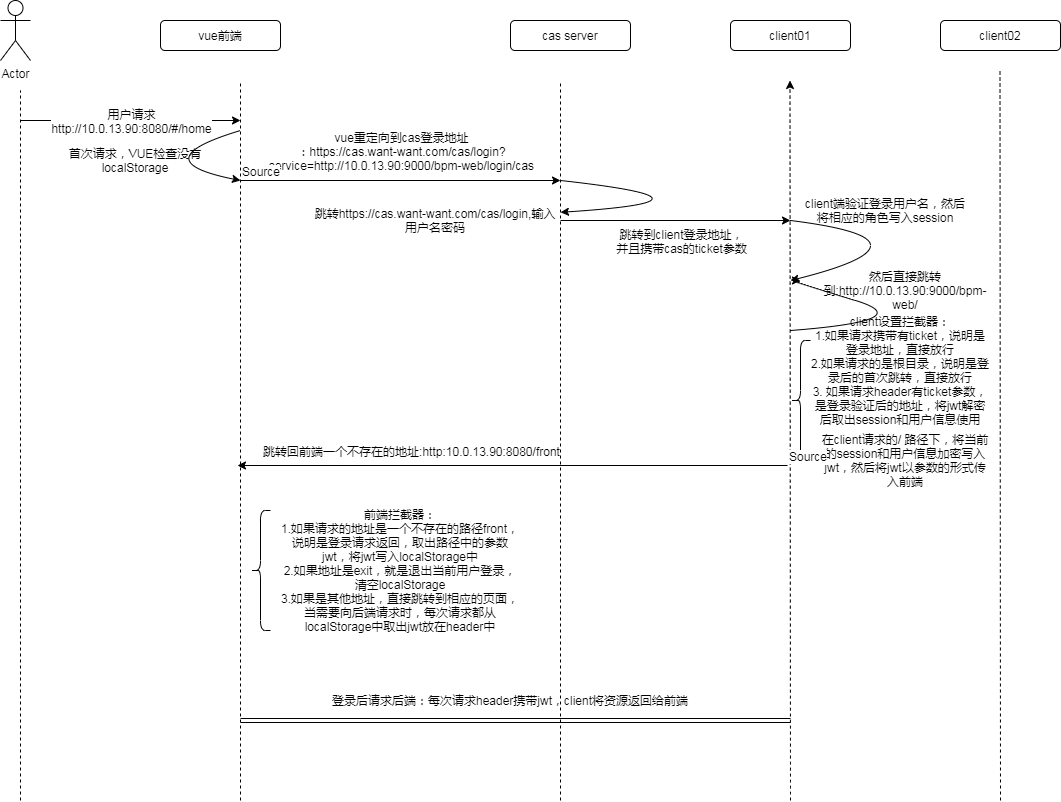
Above: BPM CAS流程图.png in daofuzhang/demo (draw.io), before the change. Source tidied: cells renumbered, new cells last; positions are measured from the earlier drawing's top-left corner, leaving out a move shared by most shapes.
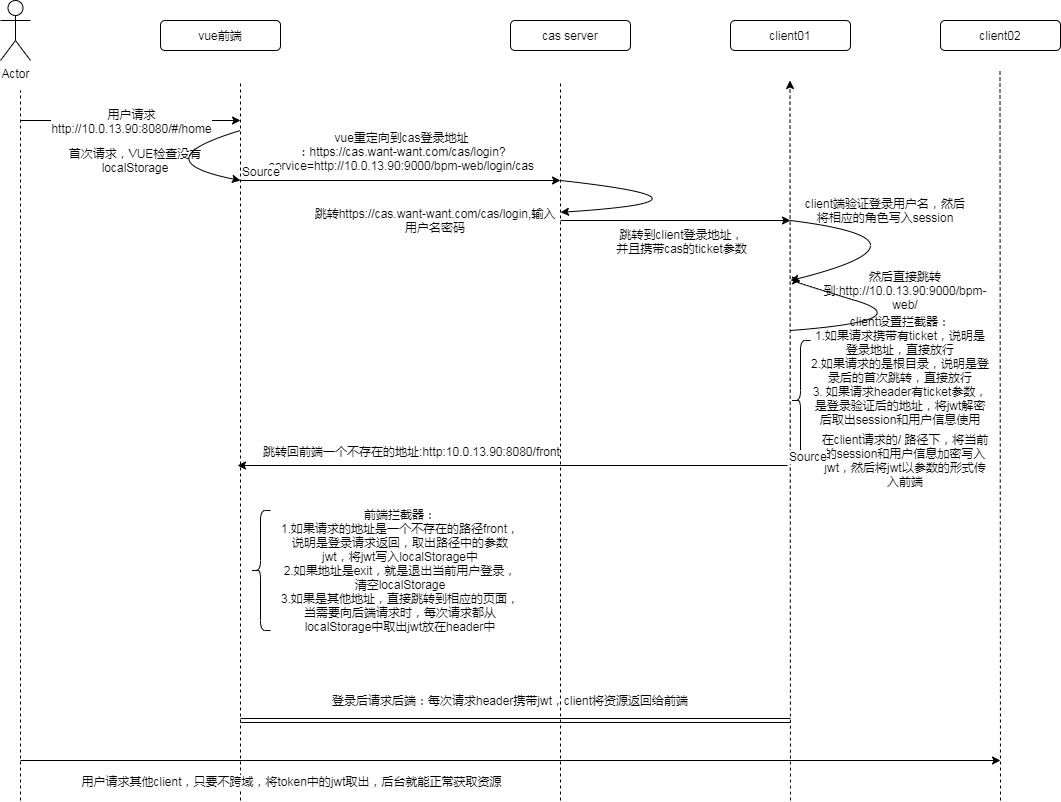
Later version of the same file.

Change to the diagram source:
```diff
@@ -168,5 +168,16 @@
         <mxPoint x="790" y="720" as="targetPoint" />
       </mxGeometry>
     </mxCell>
+    <mxCell id="37" style="endArrow=classic;html=1;" parent="1" edge="1">
+      <mxGeometry relative="1" as="geometry">
+        <mxPoint x="20" y="760" as="sourcePoint" />
+        <mxPoint x="1000" y="760" as="targetPoint" />
+      </mxGeometry>
+    </mxCell>
+    <mxCell id="38" value="用户请求其他client，只要不跨域，将token中的jwt取出，后台就能正常获取资源" style="edgeLabel;html=1;align=center;verticalAlign=middle;" parent="37" vertex="1">
+      <mxGeometry relative="1" as="geometry">
+        <mxPoint x="-220" y="20" as="offset" />
+      </mxGeometry>
+    </mxCell>
   </root>
 </mxGraphModel>
```
